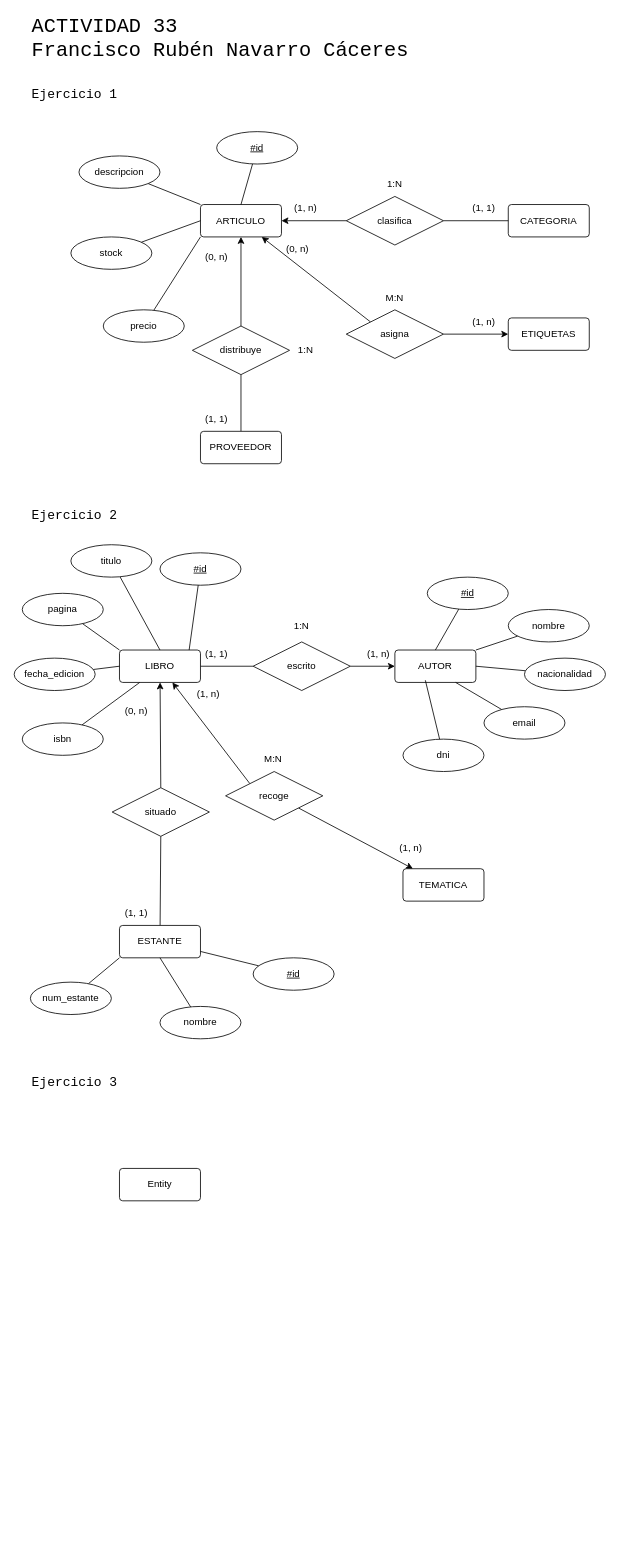
fnavcac/base-datos-2627 keeps this draw.io diagram as tema-03/04-actividades/actividad_33_sin_terminar.drawio. Above is the earlier version. Source tidied: cells renumbered, new cells numbered last; positions are measured from the earlier drawing's top-left corner, leaving out a move shared by most shapes. Both pictures are drawn from the tidied source at 81%, with x=0, y=0 at pixel (14, 26).
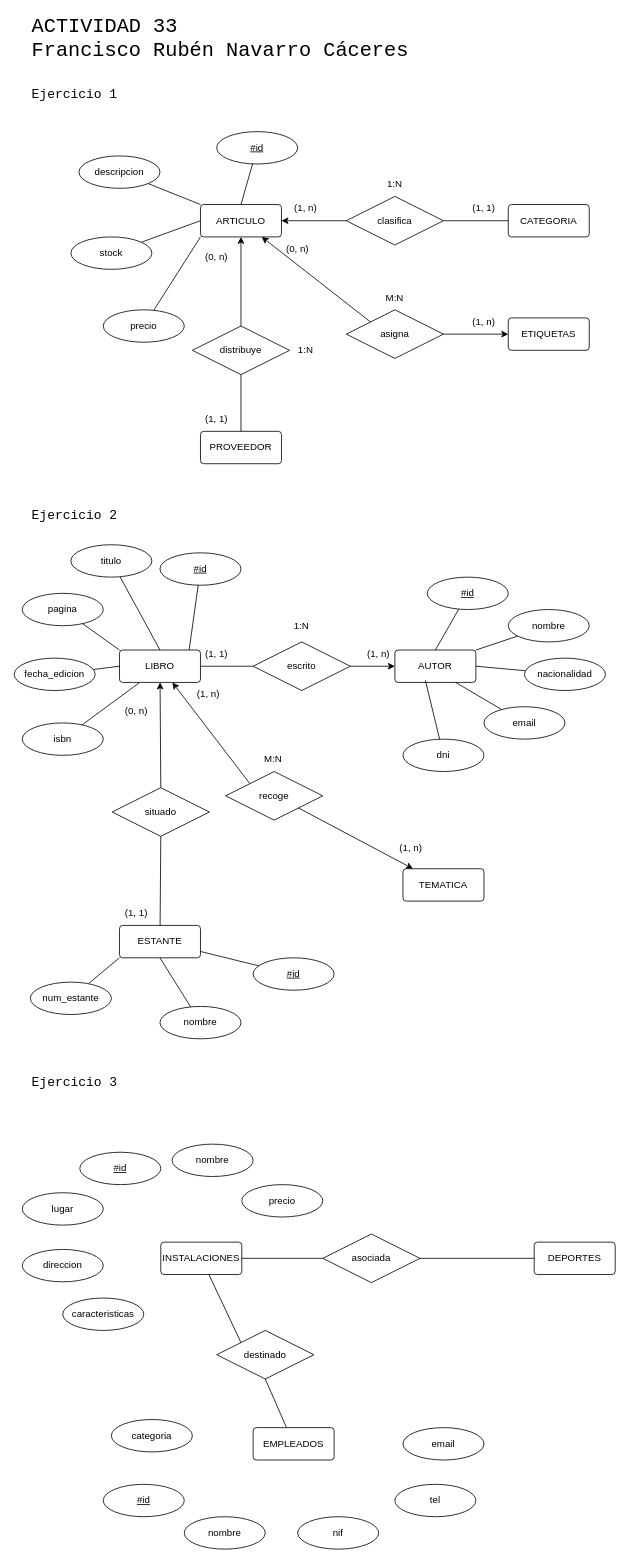
The same page after the edit.

Commit message:
22_actividad_33_sin_terminar_28_10

The edit, as a diff of the source:
```diff
@@
-    <mxCell id="83" value="Entity" style="rounded=1;arcSize=10;whiteSpace=wrap;html=1;align=center;" parent="1" vertex="1">
-      <mxGeometry x="130" y="1410" width="100" height="40" as="geometry" />
+    <mxCell id="83" value="INSTALACIONES" style="rounded=1;arcSize=10;whiteSpace=wrap;html=1;align=center;" parent="1" vertex="1">
+      <mxGeometry x="181" y="1501" width="100" height="40" as="geometry" />
     </mxCell>
+    <mxCell id="84" style="rounded=0;jettySize=auto;html=1;entryX=1;entryY=0.5;entryDx=0;entryDy=0;defaultLabelBackgroundColor=page;endArrow=none;endFill=0;" parent="1" edge="1" source="85" target="103">
+      <mxGeometry relative="1" as="geometry" />
+    </mxCell>
+    <mxCell id="85" value="DEPORTES" style="rounded=1;arcSize=10;whiteSpace=wrap;html=1;align=center;" parent="1" vertex="1">
+      <mxGeometry x="642" y="1501" width="100" height="40" as="geometry" />
+    </mxCell>
+    <mxCell id="86" style="rounded=0;jettySize=auto;html=1;entryX=0.5;entryY=1;entryDx=0;entryDy=0;defaultLabelBackgroundColor=page;endArrow=none;endFill=0;" parent="1" edge="1" source="87" target="101">
+      <mxGeometry relative="1" as="geometry" />
+    </mxCell>
+    <mxCell id="87" value="EMPLEADOS" style="rounded=1;arcSize=10;whiteSpace=wrap;html=1;align=center;" parent="1" vertex="1">
+      <mxGeometry x="295" y="1730" width="100" height="40" as="geometry" />
+    </mxCell>
+    <mxCell id="88" value="#id" style="ellipse;whiteSpace=wrap;html=1;align=center;fontStyle=4;" parent="1" vertex="1">
+      <mxGeometry x="81" y="1390" width="100" height="40" as="geometry" />
+    </mxCell>
+    <mxCell id="89" value="nombre" style="ellipse;whiteSpace=wrap;html=1;align=center;" parent="1" vertex="1">
+      <mxGeometry x="195" y="1380" width="100" height="40" as="geometry" />
+    </mxCell>
+    <mxCell id="90" value="lugar" style="ellipse;whiteSpace=wrap;html=1;align=center;" parent="1" vertex="1">
+      <mxGeometry x="10" y="1440" width="100" height="40" as="geometry" />
+    </mxCell>
+    <mxCell id="91" value="direccion" style="ellipse;whiteSpace=wrap;html=1;align=center;" parent="1" vertex="1">
+      <mxGeometry x="10" y="1510" width="100" height="40" as="geometry" />
+    </mxCell>
+    <mxCell id="92" value="caracteristicas" style="ellipse;whiteSpace=wrap;html=1;align=center;" parent="1" vertex="1">
+      <mxGeometry x="60" y="1570" width="100" height="40" as="geometry" />
+    </mxCell>
+    <mxCell id="93" value="precio" style="ellipse;whiteSpace=wrap;html=1;align=center;" parent="1" vertex="1">
+      <mxGeometry x="281" y="1430" width="100" height="40" as="geometry" />
+    </mxCell>
+    <mxCell id="94" value="nombre" style="ellipse;whiteSpace=wrap;html=1;align=center;" parent="1" vertex="1">
+      <mxGeometry x="210" y="1840" width="100" height="40" as="geometry" />
+    </mxCell>
+    <mxCell id="95" value="#id" style="ellipse;whiteSpace=wrap;html=1;align=center;fontStyle=4;" parent="1" vertex="1">
+      <mxGeometry x="110" y="1800" width="100" height="40" as="geometry" />
+    </mxCell>
+    <mxCell id="96" value="nif" style="ellipse;whiteSpace=wrap;html=1;align=center;" parent="1" vertex="1">
+      <mxGeometry x="350" y="1840" width="100" height="40" as="geometry" />
+    </mxCell>
+    <mxCell id="97" value="tel" style="ellipse;whiteSpace=wrap;html=1;align=center;" parent="1" vertex="1">
+      <mxGeometry x="470" y="1800" width="100" height="40" as="geometry" />
+    </mxCell>
+    <mxCell id="98" value="email" style="ellipse;whiteSpace=wrap;html=1;align=center;" parent="1" vertex="1">
+      <mxGeometry x="480" y="1730" width="100" height="40" as="geometry" />
+    </mxCell>
+    <mxCell id="99" value="categoria" style="ellipse;whiteSpace=wrap;html=1;align=center;" parent="1" vertex="1">
+      <mxGeometry x="120" y="1720" width="100" height="40" as="geometry" />
+    </mxCell>
+    <mxCell id="100" style="rounded=0;jettySize=auto;html=1;exitX=0;exitY=0;exitDx=0;exitDy=0;defaultLabelBackgroundColor=page;endArrow=none;endFill=0;" parent="1" edge="1" source="101" target="83">
+      <mxGeometry relative="1" as="geometry" />
+    </mxCell>
+    <mxCell id="101" value="destinado" style="shape=rhombus;perimeter=rhombusPerimeter;whiteSpace=wrap;html=1;align=center;" parent="1" vertex="1">
+      <mxGeometry x="250" y="1610" width="120" height="60" as="geometry" />
+    </mxCell>
+    <mxCell id="102" style="rounded=0;jettySize=auto;html=1;entryX=1;entryY=0.5;entryDx=0;entryDy=0;defaultLabelBackgroundColor=page;endArrow=none;endFill=0;" parent="1" edge="1" source="103" target="83">
+      <mxGeometry relative="1" as="geometry" />
+    </mxCell>
+    <mxCell id="103" value="asociada" style="shape=rhombus;perimeter=rhombusPerimeter;whiteSpace=wrap;html=1;align=center;" parent="1" vertex="1">
+      <mxGeometry x="381" y="1491" width="120" height="60" as="geometry" />
+    </mxCell>
```
